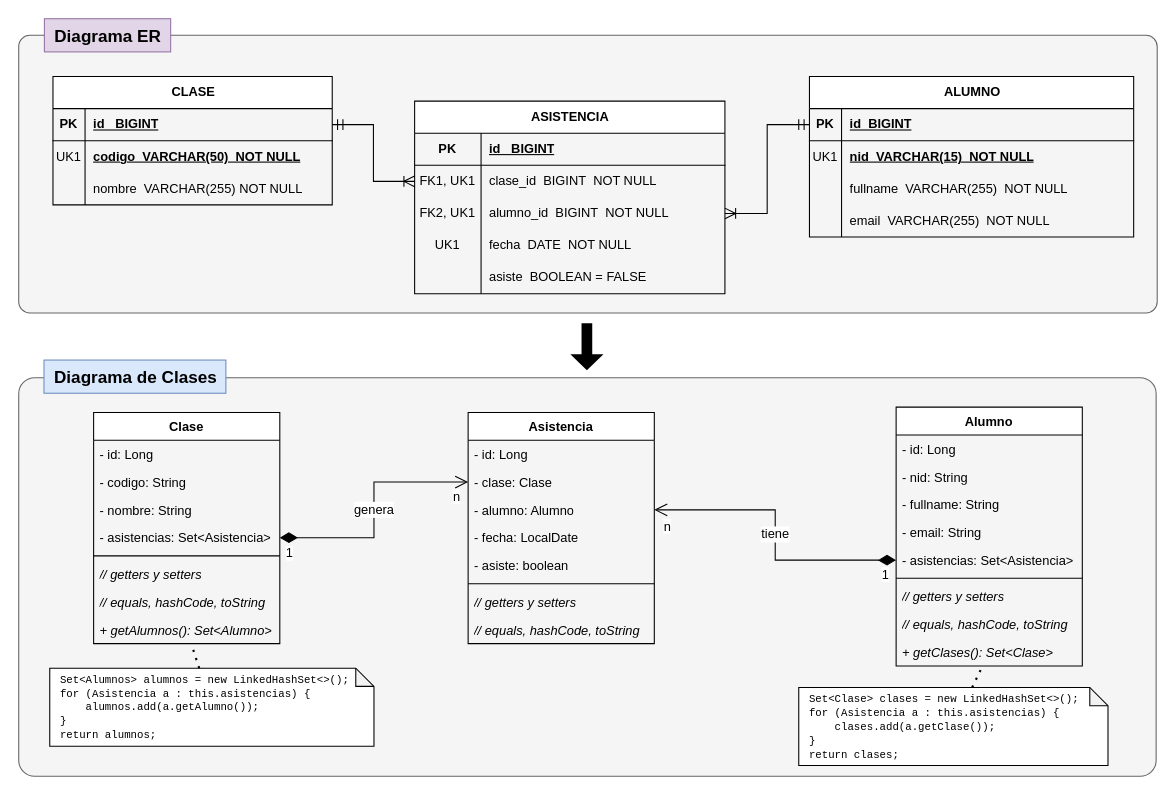
This is page "Ej04: AsistenciaClaseBootcamp" (2 of 2) of docs/taller-agosto.drawio from davorpa/spring-boot-demo, a draw.io file, before an edit. Source tidied: cells renumbered, new cells numbered last; positions are measured from the earlier drawing's top-left corner, leaving out a move shared by most shapes. Both pictures are drawn from the tidied source at 107%, with x=0, y=0 at pixel (18, 18).
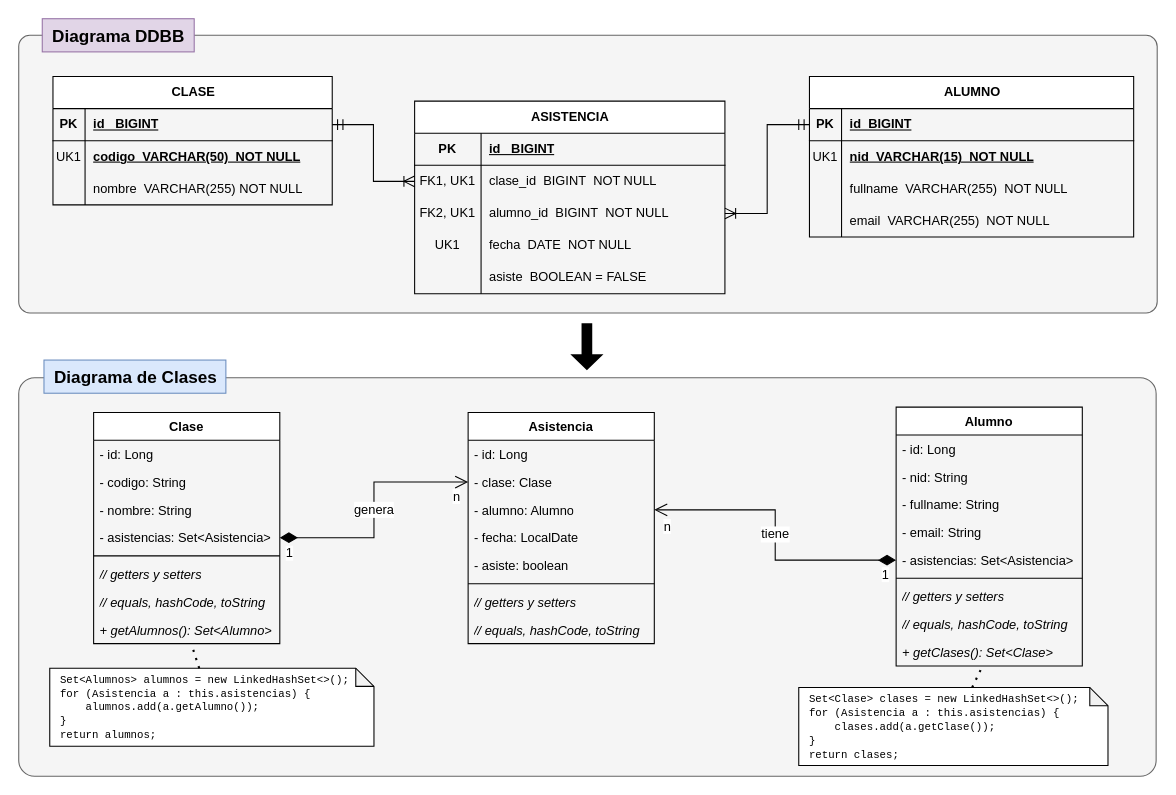
Above is the later version.

Unchanged cells that the change refers to:
```xml
<mxCell id="2" style="group;" parent="1" vertex="1">
  <mxGeometry y="4" width="1064" height="271" as="geometry" />
</mxCell>
```

The edit, as a diff of the source:
```diff
@@
-    <mxCell id="4" value="Diagrama ER" style="text;html=1;align=center;verticalAlign=middle;strokeColor=#9673a6;fillColor=#e1d5e7;fontSize=16;fontFamily=Helvetica;fontStyle=1;" parent="2" vertex="1">
-      <mxGeometry x="24" y="-4" width="118" height="31" as="geometry" />
+    <mxCell id="4" value="Diagrama DDBB" style="text;html=1;align=center;verticalAlign=middle;strokeColor=#9673a6;fillColor=#e1d5e7;fontSize=16;fontFamily=Helvetica;fontStyle=1;" parent="2" vertex="1">
+      <mxGeometry x="22" y="-4" width="142" height="31" as="geometry" />
     </mxCell>
```
